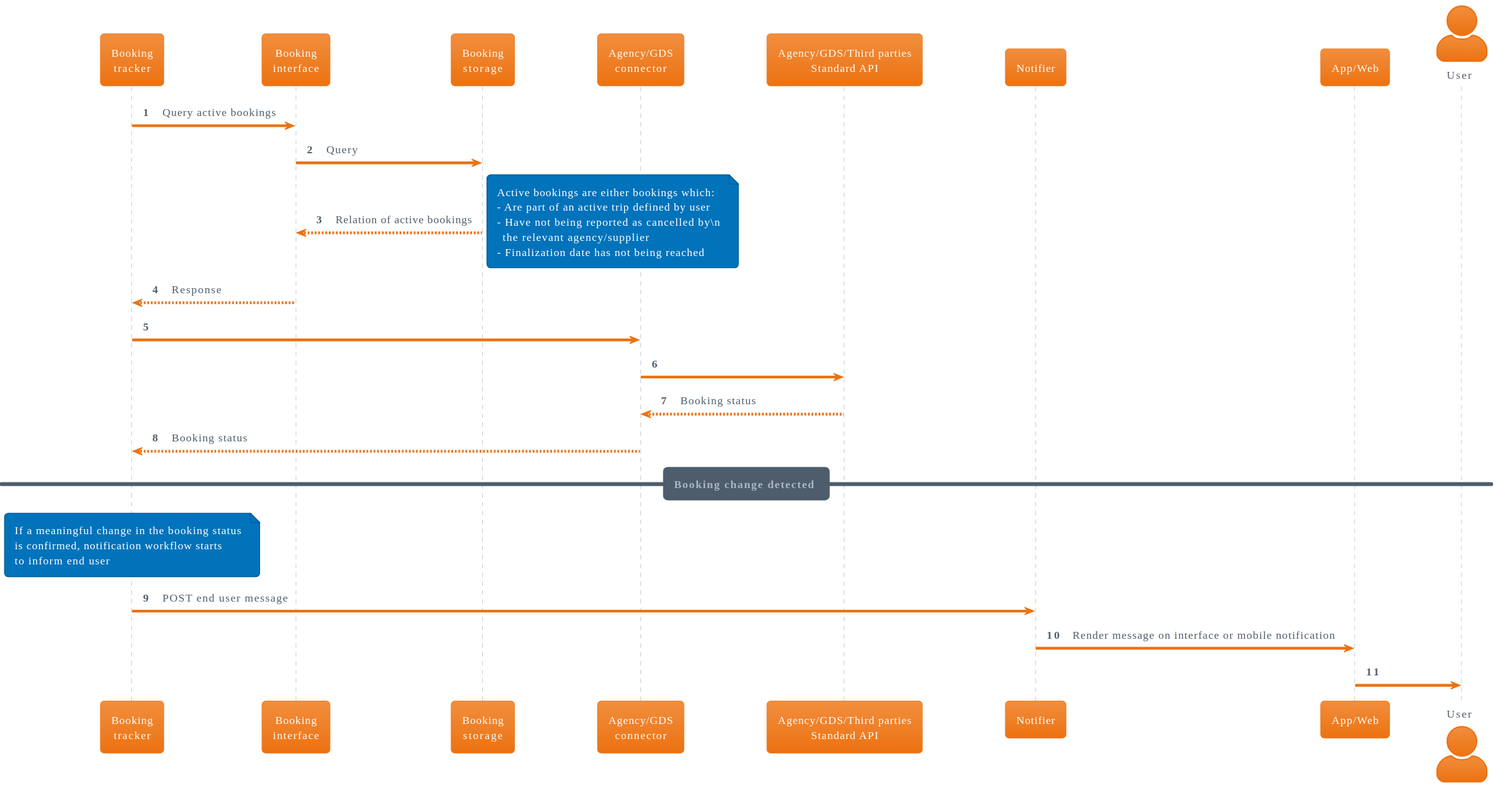
This is doc/use_cases/booking_tracking.svg from relic-da/ArchEnemies, a PlantUML export, as it was before one commit.
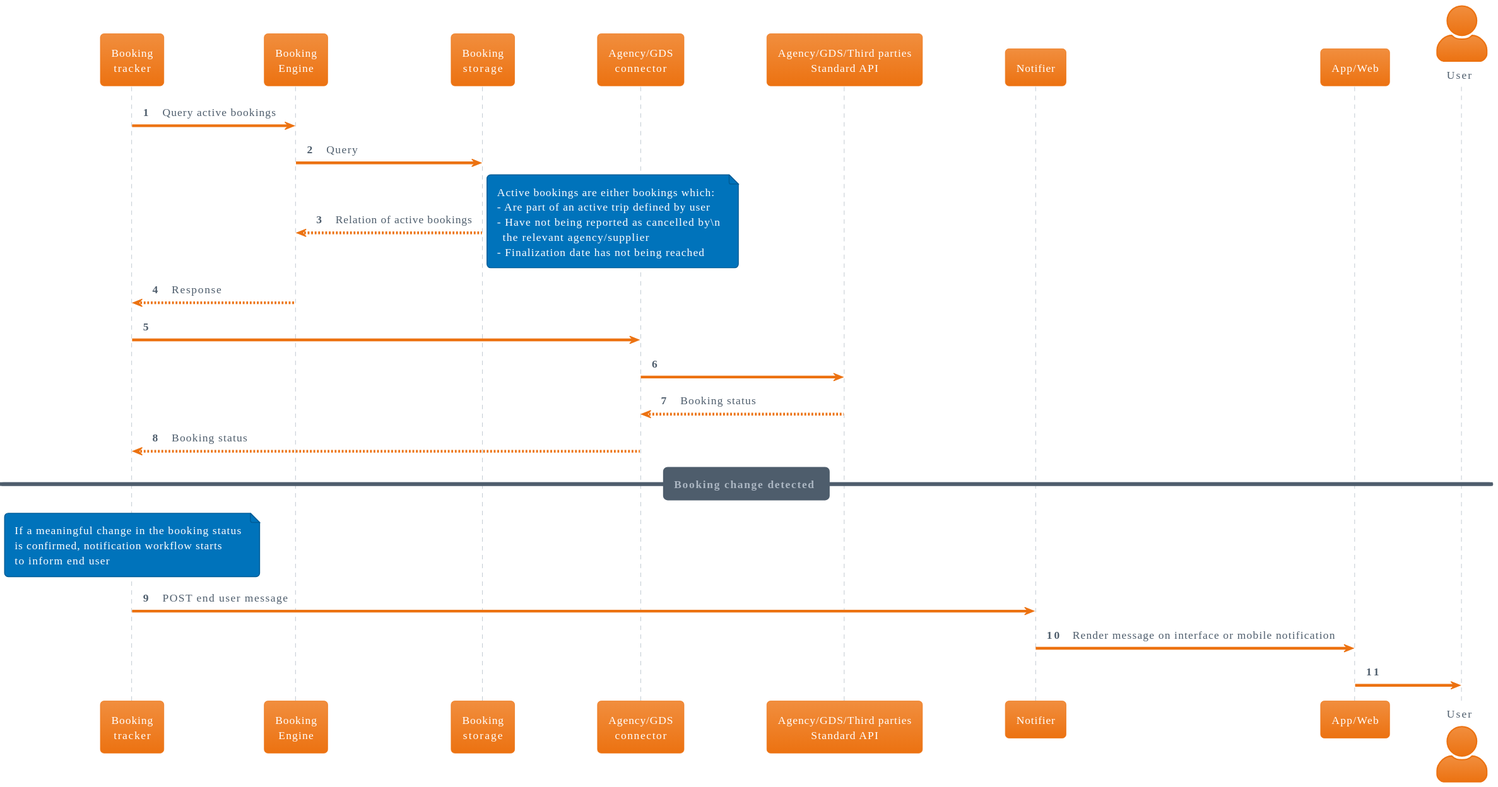
The same diagram one commit later.

The edit, as a diff of the source:
```diff
@@ -6,7 +6,7 @@
 autonumber 1
 
 participant "Booking\ntracker" as booking_tracker
-participant "Booking\ninterface" as booking_interface
+participant "Booking\nEngine" as booking_engine
 participant "Booking\nstorage" as booking_storage
 participant "Agency/GDS\nconnector" as agency_connector
 participant "Agency/GDS/Third parties\nStandard API" as third_parties
@@ -14,8 +14,8 @@
 participant "App/Web" as app
 actor "User" as user
 
-booking_tracker -> booking_interface: Query active bookings
-booking_interface -> booking_storage: Query
+booking_tracker -> booking_engine: Query active bookings
+booking_engine -> booking_storage: Query
 return Relation of active bookings
 note right
    Active bookings are either bookings which:
@@ -24,7 +24,7 @@
      the relevant agency/supplier
    - Finalization date has not being reached
 end note
-booking_interface --> booking_tracker: Response
+booking_engine --> booking_tracker: Response
 booking_tracker -> agency_connector
 agency_connector -> third_parties
 return Booking status
```
